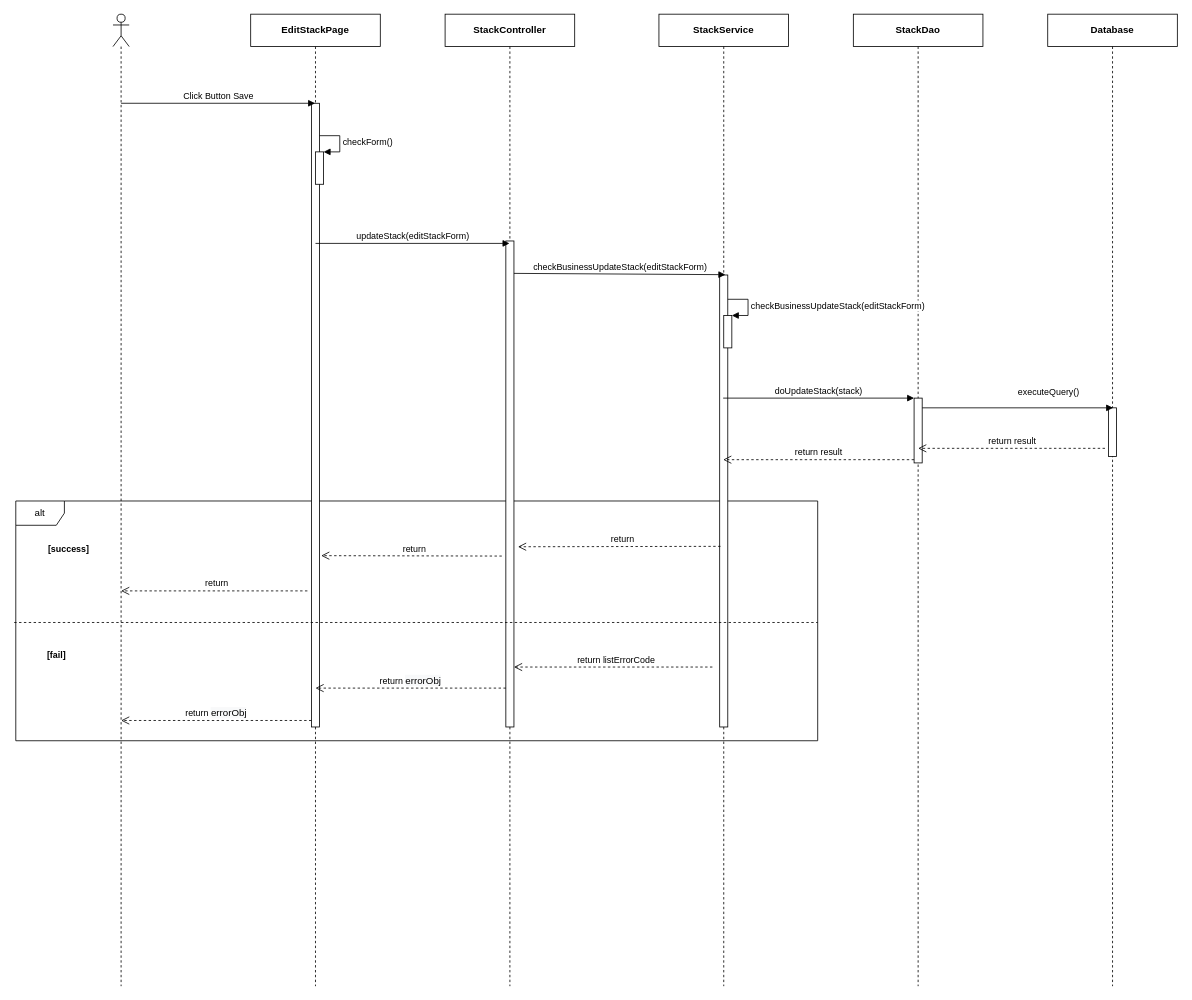
This is page "Ev02" (2 of 2) of 0. Create/Sequece/sc03/SC0303_EditStack.drawio from luannmdev/CapstoneDocument, a draw.io file, before an edit. Source tidied: cells renumbered, new cells numbered last; positions are measured from the earlier drawing's top-left corner, leaving out a move shared by most shapes. Both pictures are drawn from the tidied source at 81%, with x=0, y=0 at pixel (14, 14).
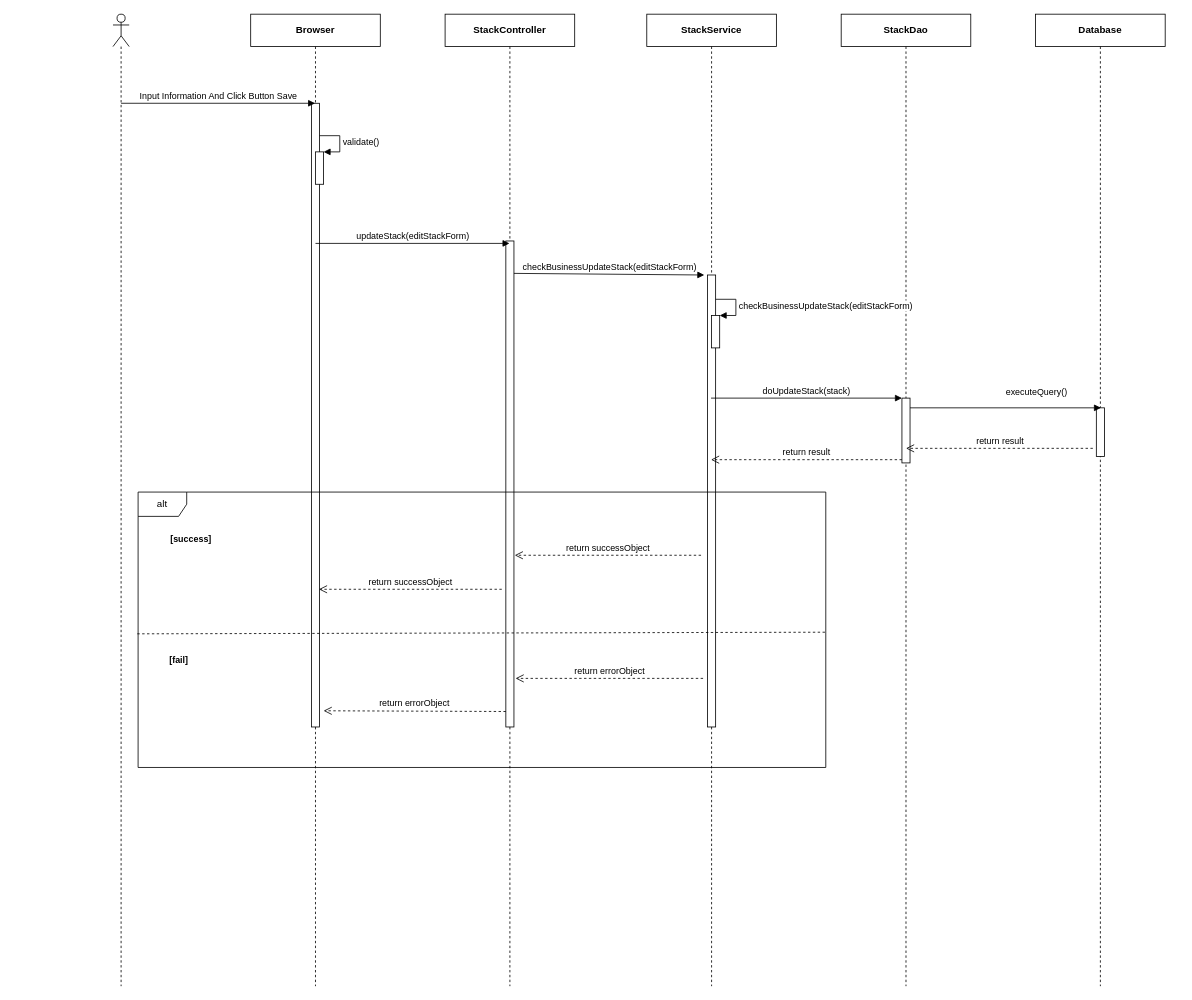
Above is the later version.

The change refers to these unchanged cells:
```xml
<mxCell id="19" style="html=1;points=[];perimeter=orthogonalPerimeter;" parent="1" vertex="1">
  <mxGeometry x="372" y="170" width="10" height="40" as="geometry" />
</mxCell>
```

What changed in the source:
```diff
@@
-    <mxCell id="2" value="alt" style="shape=umlFrame;whiteSpace=wrap;html=1;" parent="1" vertex="1">
-      <mxGeometry x="2" y="601" width="990" height="296" as="geometry" />
-    </mxCell>
@@
-    <mxCell id="4" value="&lt;b&gt;EditStackPage&lt;/b&gt;" style="shape=umlLifeline;perimeter=lifelinePerimeter;whiteSpace=wrap;html=1;outlineConnect=0;" parent="1" vertex="1">
+    <mxCell id="4" value="&lt;b&gt;Browser&lt;/b&gt;" style="shape=umlLifeline;perimeter=lifelinePerimeter;whiteSpace=wrap;html=1;outlineConnect=0;" parent="1" vertex="1">
       <mxGeometry x="292" width="160" height="1200" as="geometry" />
     </mxCell>
@@
     <mxCell id="6" value="&lt;b&gt;StackDao&lt;/b&gt;" style="shape=umlLifeline;perimeter=lifelinePerimeter;whiteSpace=wrap;html=1;" parent="1" vertex="1">
-      <mxGeometry x="1036" width="160" height="1200" as="geometry" />
+      <mxGeometry x="1021" width="160" height="1200" as="geometry" />
     </mxCell>
     <mxCell id="7" value="&lt;b&gt;Stack&lt;/b&gt;&lt;b&gt;Service&lt;/b&gt;" style="shape=umlLifeline;perimeter=lifelinePerimeter;whiteSpace=wrap;html=1;" parent="1" vertex="1">
-      <mxGeometry x="796" width="160" height="1200" as="geometry" />
+      <mxGeometry x="781" width="160" height="1200" as="geometry" />
     </mxCell>
@@
-    <mxCell id="11" value="Click Button Save" style="html=1;verticalAlign=bottom;endArrow=block;" parent="1" edge="1" target="4">
+    <mxCell id="11" value="Input Information And Click Button Save" style="html=1;verticalAlign=bottom;endArrow=block;" parent="1" edge="1" target="4">
       <mxGeometry relative="1" as="geometry">
         <mxPoint x="132" y="110" as="sourcePoint" />
       </mxGeometry>
     </mxCell>
@@
-    <mxCell id="13" value="checkBusinessUpdateStack(editStackForm)" style="html=1;verticalAlign=bottom;endArrow=block;entryX=0.7;entryY=0.002;entryDx=0;entryDy=0;entryPerimeter=0;" parent="1" edge="1">
+    <mxCell id="13" value="checkBusinessUpdateStack(editStackForm)" style="html=1;verticalAlign=bottom;endArrow=block;" parent="1" edge="1">
       <mxGeometry relative="1" as="geometry">
         <mxPoint x="617" y="320" as="sourcePoint" />
-        <mxPoint x="878" y="321.6" as="targetPoint" />
+        <mxPoint x="852" y="322" as="targetPoint" />
       </mxGeometry>
     </mxCell>
     <mxCell id="14" style="html=1;points=[];perimeter=orthogonalPerimeter;" parent="1" vertex="1">
-      <mxGeometry x="876" y="372" width="10" height="40" as="geometry" />
+      <mxGeometry x="861" y="372" width="10" height="40" as="geometry" />
     </mxCell>
     <mxCell id="15" value="&lt;span style=&quot;text-align: center&quot;&gt;checkBusinessUpdateStack(&lt;/span&gt;&lt;span style=&quot;text-align: center&quot;&gt;editStackForm&lt;/span&gt;&lt;span style=&quot;text-align: center&quot;&gt;)&lt;/span&gt;" style="edgeStyle=orthogonalEdgeStyle;html=1;align=left;spacingLeft=2;endArrow=block;rounded=0;entryX=1;entryY=0;" parent="1" edge="1" target="14">
       <mxGeometry relative="1" as="geometry">
-        <mxPoint x="881" y="352" as="sourcePoint" />
+        <mxPoint x="866" y="352" as="sourcePoint" />
         <Array as="points">
-          <mxPoint x="906" y="352" />
+          <mxPoint x="891" y="352" />
         </Array>
       </mxGeometry>
     </mxCell>
     <mxCell id="16" style="html=1;points=[];perimeter=orthogonalPerimeter;" parent="1" vertex="1">
-      <mxGeometry x="1111" y="474" width="10" height="80" as="geometry" />
+      <mxGeometry x="1096" y="474" width="10" height="80" as="geometry" />
     </mxCell>
     <mxCell id="17" value="doUpdateStack(stack)" style="html=1;verticalAlign=bottom;endArrow=block;entryX=0;entryY=0;" parent="1" edge="1" target="16">
       <mxGeometry relative="1" as="geometry">
-        <mxPoint x="875.3" y="474" as="sourcePoint" />
+        <mxPoint x="860.3" y="474" as="sourcePoint" />
       </mxGeometry>
     </mxCell>
     <mxCell id="18" value="return result" style="html=1;verticalAlign=bottom;endArrow=open;dashed=1;endSize=8;exitX=0;exitY=0.95;" parent="1" edge="1" source="16">
       <mxGeometry relative="1" as="geometry">
-        <mxPoint x="875.3" y="550" as="targetPoint" />
+        <mxPoint x="860.3" y="550" as="targetPoint" />
       </mxGeometry>
     </mxCell>
@@
-    <mxCell id="20" value="checkForm()" style="edgeStyle=orthogonalEdgeStyle;html=1;align=left;spacingLeft=2;endArrow=block;rounded=0;entryX=1;entryY=0;" parent="1" edge="1" target="19">
+    <mxCell id="20" value="validate()" style="edgeStyle=orthogonalEdgeStyle;html=1;align=left;spacingLeft=2;endArrow=block;rounded=0;entryX=1;entryY=0;" parent="1" edge="1" target="19">
       <mxGeometry relative="1" as="geometry">
         <mxPoint x="377" y="150" as="sourcePoint" />
         <Array as="points">
           <mxPoint x="402" y="150" />
         </Array>
       </mxGeometry>
     </mxCell>
-    <mxCell id="21" value="return&amp;nbsp;&lt;span style=&quot;font-size: 12px ; background-color: rgb(248 , 249 , 250)&quot;&gt;errorObj&lt;/span&gt;" style="html=1;verticalAlign=bottom;endArrow=open;dashed=1;endSize=8;" parent="1" edge="1">
-      <mxGeometry relative="1" as="geometry">
-        <mxPoint x="607" y="832" as="sourcePoint" />
-        <mxPoint x="372" y="832" as="targetPoint" />
-      </mxGeometry>
-    </mxCell>
     <mxCell id="22" value="&lt;b&gt;Database&lt;/b&gt;" style="shape=umlLifeline;perimeter=lifelinePerimeter;whiteSpace=wrap;html=1;" parent="1" vertex="1">
-      <mxGeometry x="1276" width="160" height="1200" as="geometry" />
+      <mxGeometry x="1261" width="160" height="1200" as="geometry" />
     </mxCell>
@@
     <mxCell id="24" value="executeQuery()" style="html=1;verticalAlign=bottom;endArrow=block;entryX=0;entryY=0;" parent="1" edge="1">
       <mxGeometry x="0.32" y="10" relative="1" as="geometry">
-        <mxPoint x="1121" y="486" as="sourcePoint" />
-        <mxPoint x="1356.7" y="486" as="targetPoint" />
+        <mxPoint x="1106" y="486" as="sourcePoint" />
+        <mxPoint x="1341.7" y="486" as="targetPoint" />
       </mxGeometry>
     </mxCell>
     <mxCell id="25" value="return result" style="html=1;verticalAlign=bottom;endArrow=open;dashed=1;endSize=8;exitX=0;exitY=0.95;" parent="1" edge="1">
       <mxGeometry relative="1" as="geometry">
-        <mxPoint x="1346.7" y="536" as="sourcePoint" />
-        <mxPoint x="1116" y="536" as="targetPoint" />
+        <mxPoint x="1331.7" y="536" as="sourcePoint" />
+        <mxPoint x="1101" y="536" as="targetPoint" />
       </mxGeometry>
     </mxCell>
-    <mxCell id="26" value="return" style="html=1;verticalAlign=bottom;endArrow=open;dashed=1;endSize=8;exitX=0.1;exitY=0.806;exitDx=0;exitDy=0;exitPerimeter=0;" parent="1" edge="1">
-      <mxGeometry x="-0.03" relative="1" as="geometry">
-        <mxPoint x="872" y="657" as="sourcePoint" />
-        <mxPoint x="622" y="657.5" as="targetPoint" />
-      </mxGeometry>
-    </mxCell>
-    <mxCell id="27" value="return listErrorCode" style="html=1;verticalAlign=bottom;endArrow=open;dashed=1;endSize=8;" parent="1" edge="1">
-      <mxGeometry x="-0.03" relative="1" as="geometry">
-        <mxPoint x="862" y="806" as="sourcePoint" />
-        <mxPoint x="617" y="806" as="targetPoint" />
-      </mxGeometry>
-    </mxCell>
-    <mxCell id="28" value="return" style="html=1;verticalAlign=bottom;endArrow=open;dashed=1;endSize=8;" parent="1" edge="1">
-      <mxGeometry x="-0.03" relative="1" as="geometry">
-        <mxPoint x="602" y="669" as="sourcePoint" />
-        <mxPoint x="379" y="668.5" as="targetPoint" />
-      </mxGeometry>
-    </mxCell>
-    <mxCell id="29" value="return&amp;nbsp;&lt;span style=&quot;font-size: 12px ; background-color: rgb(248 , 249 , 250)&quot;&gt;errorObj&lt;/span&gt;" style="html=1;verticalAlign=bottom;endArrow=open;dashed=1;endSize=8;" parent="1" edge="1">
-      <mxGeometry relative="1" as="geometry">
-        <mxPoint x="367" y="872" as="sourcePoint" />
-        <mxPoint x="132" y="872" as="targetPoint" />
-      </mxGeometry>
-    </mxCell>
-    <mxCell id="30" value="return" style="html=1;verticalAlign=bottom;endArrow=open;dashed=1;endSize=8;" parent="1" edge="1">
-      <mxGeometry x="-0.03" relative="1" as="geometry">
-        <mxPoint x="362" y="712" as="sourcePoint" />
-        <mxPoint x="132" y="712" as="targetPoint" />
-      </mxGeometry>
-    </mxCell>
+    <mxCell id="2" value="alt" style="shape=umlFrame;whiteSpace=wrap;html=1;" parent="1" vertex="1">
+      <mxGeometry x="153" y="590" width="849" height="340" as="geometry" />
+    </mxCell>
+    <mxCell id="34" value="return successObject" style="html=1;verticalAlign=bottom;endArrow=open;dashed=1;endSize=8;" parent="1" edge="1">
+      <mxGeometry relative="1" as="geometry">
+        <mxPoint x="848" y="668" as="sourcePoint" />
+        <mxPoint x="618" y="668" as="targetPoint" />
+      </mxGeometry>
+    </mxCell>
+    <mxCell id="35" value="return successObject" style="html=1;verticalAlign=bottom;endArrow=open;dashed=1;endSize=8;" parent="1" edge="1">
+      <mxGeometry relative="1" as="geometry">
+        <mxPoint x="602" y="710" as="sourcePoint" />
+        <mxPoint x="376.2" y="710" as="targetPoint" />
+      </mxGeometry>
+    </mxCell>
+    <mxCell id="36" style="endArrow=none;dashed=1;html=1;exitX=-0.001;exitY=0.303;exitDx=0;exitDy=0;exitPerimeter=0;" parent="1" edge="1">
+      <mxGeometry relative="1" as="geometry">
+        <mxPoint x="152" y="765" as="sourcePoint" />
+        <mxPoint x="1002" y="763" as="targetPoint" />
+      </mxGeometry>
+    </mxCell>
     <mxCell id="31" value="&lt;span style=&quot;font-size: 11px ; background-color: rgb(255 , 255 , 255)&quot;&gt;&lt;b&gt;[success]&lt;/b&gt;&lt;/span&gt;" style="text;html=1;align=center;verticalAlign=middle;" parent="1" vertex="1">
-      <mxGeometry x="32" y="651" width="70" height="20" as="geometry" />
+      <mxGeometry x="183" y="638" width="70" height="20" as="geometry" />
     </mxCell>
     <mxCell id="32" value="&lt;span style=&quot;font-size: 11px ; background-color: rgb(255 , 255 , 255)&quot;&gt;&lt;b&gt;[fail]&lt;/b&gt;&lt;/span&gt;" style="text;html=1;align=center;verticalAlign=middle;" parent="1" vertex="1">
-      <mxGeometry x="32" y="781" width="40" height="20" as="geometry" />
+      <mxGeometry x="183" y="788" width="40" height="20" as="geometry" />
     </mxCell>
-    <mxCell id="33" style="endArrow=none;dashed=1;html=1;" parent="1" edge="1">
-      <mxGeometry relative="1" as="geometry">
-        <mxPoint y="751" as="sourcePoint" />
-        <mxPoint x="992" y="751" as="targetPoint" />
-      </mxGeometry>
-    </mxCell>
+    <mxCell id="37" value="return errorObject" style="html=1;verticalAlign=bottom;endArrow=open;dashed=1;endSize=8;" parent="1" edge="1">
+      <mxGeometry relative="1" as="geometry">
+        <mxPoint x="850.5" y="820" as="sourcePoint" />
+        <mxPoint x="619" y="820" as="targetPoint" />
+      </mxGeometry>
+    </mxCell>
+    <mxCell id="38" value="return errorObject" style="html=1;verticalAlign=bottom;endArrow=open;dashed=1;endSize=8;exitX=0;exitY=0.93;exitDx=0;exitDy=0;exitPerimeter=0;" parent="1" edge="1">
+      <mxGeometry relative="1" as="geometry">
+        <mxPoint x="607" y="860.9" as="sourcePoint" />
+        <mxPoint x="382" y="860" as="targetPoint" />
+      </mxGeometry>
+    </mxCell>
```
